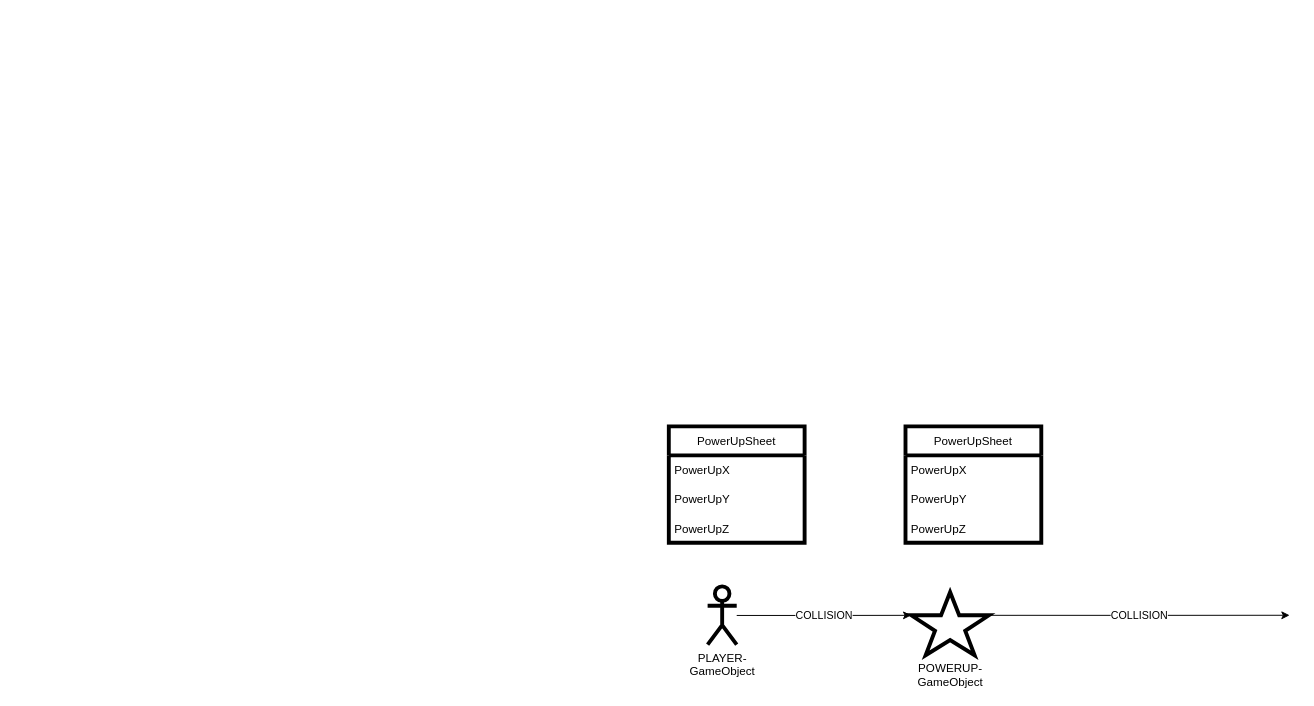
Earlier version of the draw.io diagram .drawio/powerup.drawio (RasmusOtterlind/Otterlind). Source tidied: cells renumbered, new cells numbered last; positions are measured from the earlier drawing's top-left corner, leaving out a move shared by most shapes. Both pictures are drawn from the tidied source at 97%, with x=0, y=0 at pixel (668, 426).
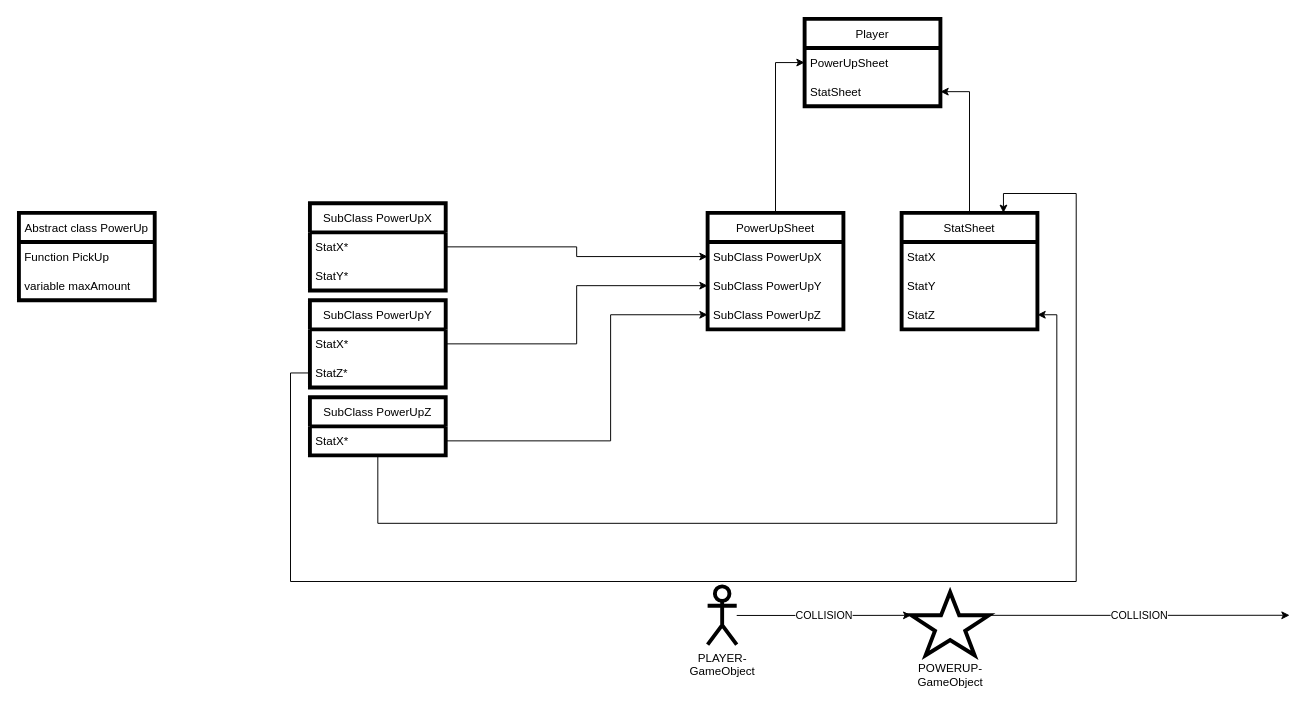
Above is the later version.

Diff of the diagram source:
```diff
@@
+    <mxCell id="14" style="edgeStyle=orthogonalEdgeStyle;rounded=0;jettySize=auto;html=1;" parent="1" edge="1" source="6" target="21">
+      <mxGeometry relative="1" as="geometry" />
+    </mxCell>
     <mxCell id="6" value="PowerUpSheet" style="swimlane;fontStyle=0;horizontal=1;startSize=30;strokeWidth=4;" parent="1" vertex="1">
-      <mxGeometry width="140" height="120" as="geometry" />
+      <mxGeometry x="40" y="-220" width="140" height="120" as="geometry" />
     </mxCell>
-    <mxCell id="7" value="PowerUpX" style="text;strokeColor=none;fillColor=none;align=left;verticalAlign=middle;spacingLeft=4;spacingRight=4;overflow=hidden;points=[[0,0.5],[1,0.5]];portConstraint=eastwest;" parent="6" vertex="1">
+    <mxCell id="7" value="SubClass PowerUpX" style="text;strokeColor=none;fillColor=none;align=left;verticalAlign=middle;spacingLeft=4;spacingRight=4;overflow=hidden;points=[[0,0.5],[1,0.5]];portConstraint=eastwest;" parent="6" vertex="1">
       <mxGeometry y="30" width="140" height="30" as="geometry" />
     </mxCell>
-    <mxCell id="8" value="PowerUpY" style="text;strokeColor=none;fillColor=none;align=left;verticalAlign=middle;spacingLeft=4;spacingRight=4;overflow=hidden;points=[[0,0.5],[1,0.5]];portConstraint=eastwest;" parent="6" vertex="1">
+    <mxCell id="8" value="SubClass PowerUpY" style="text;strokeColor=none;fillColor=none;align=left;verticalAlign=middle;spacingLeft=4;spacingRight=4;overflow=hidden;points=[[0,0.5],[1,0.5]];portConstraint=eastwest;" parent="6" vertex="1">
       <mxGeometry y="60" width="140" height="30" as="geometry" />
     </mxCell>
-    <mxCell id="9" value="PowerUpZ" style="text;strokeColor=none;fillColor=none;align=left;verticalAlign=middle;spacingLeft=4;spacingRight=4;overflow=hidden;points=[[0,0.5],[1,0.5]];portConstraint=eastwest;" parent="6" vertex="1">
+    <mxCell id="9" value="SubClass PowerUpZ" style="text;strokeColor=none;fillColor=none;align=left;verticalAlign=middle;spacingLeft=4;spacingRight=4;overflow=hidden;points=[[0,0.5],[1,0.5]];portConstraint=eastwest;" parent="6" vertex="1">
       <mxGeometry y="90" width="140" height="30" as="geometry" />
     </mxCell>
+    <mxCell id="15" style="edgeStyle=orthogonalEdgeStyle;rounded=0;jettySize=auto;html=1;entryX=1;entryY=0.5;entryDx=0;entryDy=0;" parent="1" edge="1" source="10" target="22">
+      <mxGeometry relative="1" as="geometry" />
+    </mxCell>
-    <mxCell id="10" value="PowerUpSheet" style="swimlane;fontStyle=0;horizontal=1;startSize=30;strokeWidth=4;" parent="1" vertex="1">
-      <mxGeometry x="244" width="140" height="120" as="geometry" />
+    <mxCell id="10" value="StatSheet" style="swimlane;fontStyle=0;horizontal=1;startSize=30;strokeWidth=4;" parent="1" vertex="1">
+      <mxGeometry x="240" y="-220" width="140" height="120" as="geometry" />
     </mxCell>
-    <mxCell id="11" value="PowerUpX" style="text;strokeColor=none;fillColor=none;align=left;verticalAlign=middle;spacingLeft=4;spacingRight=4;overflow=hidden;" parent="10" vertex="1">
+    <mxCell id="11" value="StatX" style="text;strokeColor=none;fillColor=none;align=left;verticalAlign=middle;spacingLeft=4;spacingRight=4;overflow=hidden;" parent="10" vertex="1">
       <mxGeometry y="30" width="140" height="30" as="geometry" />
     </mxCell>
-    <mxCell id="12" value="PowerUpY" style="text;strokeColor=none;fillColor=none;align=left;verticalAlign=middle;spacingLeft=4;spacingRight=4;overflow=hidden;" parent="10" vertex="1">
+    <mxCell id="12" value="StatY" style="text;strokeColor=none;fillColor=none;align=left;verticalAlign=middle;spacingLeft=4;spacingRight=4;overflow=hidden;" parent="10" vertex="1">
       <mxGeometry y="60" width="140" height="30" as="geometry" />
     </mxCell>
-    <mxCell id="13" value="PowerUpZ" style="text;strokeColor=none;fillColor=none;align=left;verticalAlign=middle;spacingLeft=4;spacingRight=4;overflow=hidden;points=[[0,0.5],[1,0.5]];portConstraint=eastwest;" parent="10" vertex="1">
+    <mxCell id="13" value="StatZ" style="text;strokeColor=none;fillColor=none;align=left;verticalAlign=middle;spacingLeft=4;spacingRight=4;overflow=hidden;points=[[0,0.5],[1,0.5]];portConstraint=eastwest;" parent="10" vertex="1">
       <mxGeometry y="90" width="140" height="30" as="geometry" />
     </mxCell>
+    <mxCell id="16" style="edgeStyle=orthogonalEdgeStyle;rounded=0;jettySize=auto;html=1;" parent="1" edge="1" source="17" target="7">
+      <mxGeometry relative="1" as="geometry" />
+    </mxCell>
+    <mxCell id="17" value="SubClass PowerUpX" style="swimlane;fontStyle=0;horizontal=1;startSize=30;strokeWidth=4;" parent="1" vertex="1">
+      <mxGeometry x="-370" y="-230" width="140" height="90" as="geometry" />
+    </mxCell>
+    <mxCell id="18" value="StatX* " style="text;strokeColor=none;fillColor=none;align=left;verticalAlign=middle;spacingLeft=4;spacingRight=4;overflow=hidden;" parent="17" vertex="1">
+      <mxGeometry y="30" width="140" height="30" as="geometry" />
+    </mxCell>
+    <mxCell id="19" value="StatY*" style="text;strokeColor=none;fillColor=none;align=left;verticalAlign=middle;spacingLeft=4;spacingRight=4;overflow=hidden;" parent="17" vertex="1">
+      <mxGeometry y="60" width="140" height="30" as="geometry" />
+    </mxCell>
+    <mxCell id="20" value="Player" style="swimlane;fontStyle=0;horizontal=1;startSize=30;strokeWidth=4;" parent="1" vertex="1">
+      <mxGeometry x="140" y="-420" width="140" height="90" as="geometry" />
+    </mxCell>
+    <mxCell id="21" value="PowerUpSheet" style="text;strokeColor=none;fillColor=none;align=left;verticalAlign=middle;spacingLeft=4;spacingRight=4;overflow=hidden;points=[[0,0.5],[1,0.5]];portConstraint=eastwest;" parent="20" vertex="1">
+      <mxGeometry y="30" width="140" height="30" as="geometry" />
+    </mxCell>
+    <mxCell id="22" value="StatSheet" style="text;strokeColor=none;fillColor=none;align=left;verticalAlign=middle;spacingLeft=4;spacingRight=4;overflow=hidden;points=[[0,0.5],[1,0.5]];portConstraint=eastwest;" parent="20" vertex="1">
+      <mxGeometry y="60" width="140" height="30" as="geometry" />
+    </mxCell>
+    <mxCell id="23" value="SubClass PowerUpZ" style="swimlane;fontStyle=0;horizontal=1;startSize=30;strokeWidth=4;" parent="1" vertex="1">
+      <mxGeometry x="-370" y="-30" width="140" height="60" as="geometry" />
+    </mxCell>
+    <mxCell id="24" value="StatX*" style="text;strokeColor=none;fillColor=none;align=left;verticalAlign=middle;spacingLeft=4;spacingRight=4;overflow=hidden;points=[[0,0.5],[1,0.5]];portConstraint=eastwest;" parent="23" vertex="1">
+      <mxGeometry y="30" width="140" height="30" as="geometry" />
+    </mxCell>
+    <mxCell id="25" value="SubClass PowerUpY" style="swimlane;fontStyle=0;horizontal=1;startSize=30;strokeWidth=4;" parent="1" vertex="1">
+      <mxGeometry x="-370" y="-130" width="140" height="90" as="geometry" />
+    </mxCell>
+    <mxCell id="26" value="StatX*" style="text;strokeColor=none;fillColor=none;align=left;verticalAlign=middle;spacingLeft=4;spacingRight=4;overflow=hidden;points=[[0,0.5],[1,0.5]];portConstraint=eastwest;" parent="25" vertex="1">
+      <mxGeometry y="30" width="140" height="30" as="geometry" />
+    </mxCell>
+    <mxCell id="27" value="StatZ*" style="text;strokeColor=none;fillColor=none;align=left;verticalAlign=middle;spacingLeft=4;spacingRight=4;overflow=hidden;points=[[0,0.5],[1,0.5]];portConstraint=eastwest;" parent="25" vertex="1">
+      <mxGeometry y="60" width="140" height="30" as="geometry" />
+    </mxCell>
+    <mxCell id="28" style="edgeStyle=orthogonalEdgeStyle;rounded=0;jettySize=auto;html=1;" parent="1" edge="1" source="26" target="8">
+      <mxGeometry relative="1" as="geometry" />
+    </mxCell>
+    <mxCell id="29" style="edgeStyle=orthogonalEdgeStyle;rounded=0;jettySize=auto;html=1;entryX=0;entryY=0.5;entryDx=0;entryDy=0;" parent="1" edge="1" source="24" target="9">
+      <mxGeometry relative="1" as="geometry">
+        <Array as="points">
+          <mxPoint x="-60" y="15" />
+          <mxPoint x="-60" y="-115" />
+        </Array>
+      </mxGeometry>
+    </mxCell>
+    <mxCell id="30" style="edgeStyle=orthogonalEdgeStyle;rounded=0;jettySize=auto;html=1;entryX=1;entryY=0.5;entryDx=0;entryDy=0;" parent="1" edge="1" source="24" target="13">
+      <mxGeometry relative="1" as="geometry">
+        <Array as="points">
+          <mxPoint x="-300" y="100" />
+          <mxPoint x="400" y="100" />
+          <mxPoint x="400" y="-115" />
+        </Array>
+      </mxGeometry>
+    </mxCell>
+    <mxCell id="31" style="edgeStyle=orthogonalEdgeStyle;rounded=0;jettySize=auto;html=1;entryX=0.75;entryY=0;entryDx=0;entryDy=0;" parent="1" edge="1" source="27" target="10">
+      <mxGeometry relative="1" as="geometry">
+        <Array as="points">
+          <mxPoint x="-390" y="-55" />
+          <mxPoint x="-390" y="160" />
+          <mxPoint x="420" y="160" />
+          <mxPoint x="420" y="-240" />
+          <mxPoint x="345" y="-240" />
+        </Array>
+      </mxGeometry>
+    </mxCell>
+    <mxCell id="32" value="Abstract class PowerUp" style="swimlane;fontStyle=0;horizontal=1;startSize=30;strokeWidth=4;" parent="1" vertex="1">
+      <mxGeometry x="-670" y="-220" width="140" height="90" as="geometry" />
+    </mxCell>
+    <mxCell id="33" value="Function PickUp" style="text;strokeColor=none;fillColor=none;align=left;verticalAlign=middle;spacingLeft=4;spacingRight=4;overflow=hidden;" parent="32" vertex="1">
+      <mxGeometry y="30" width="140" height="30" as="geometry" />
+    </mxCell>
+    <mxCell id="34" value="variable maxAmount" style="text;strokeColor=none;fillColor=none;align=left;verticalAlign=middle;spacingLeft=4;spacingRight=4;overflow=hidden;" parent="32" vertex="1">
+      <mxGeometry y="60" width="140" height="30" as="geometry" />
+    </mxCell>
```
